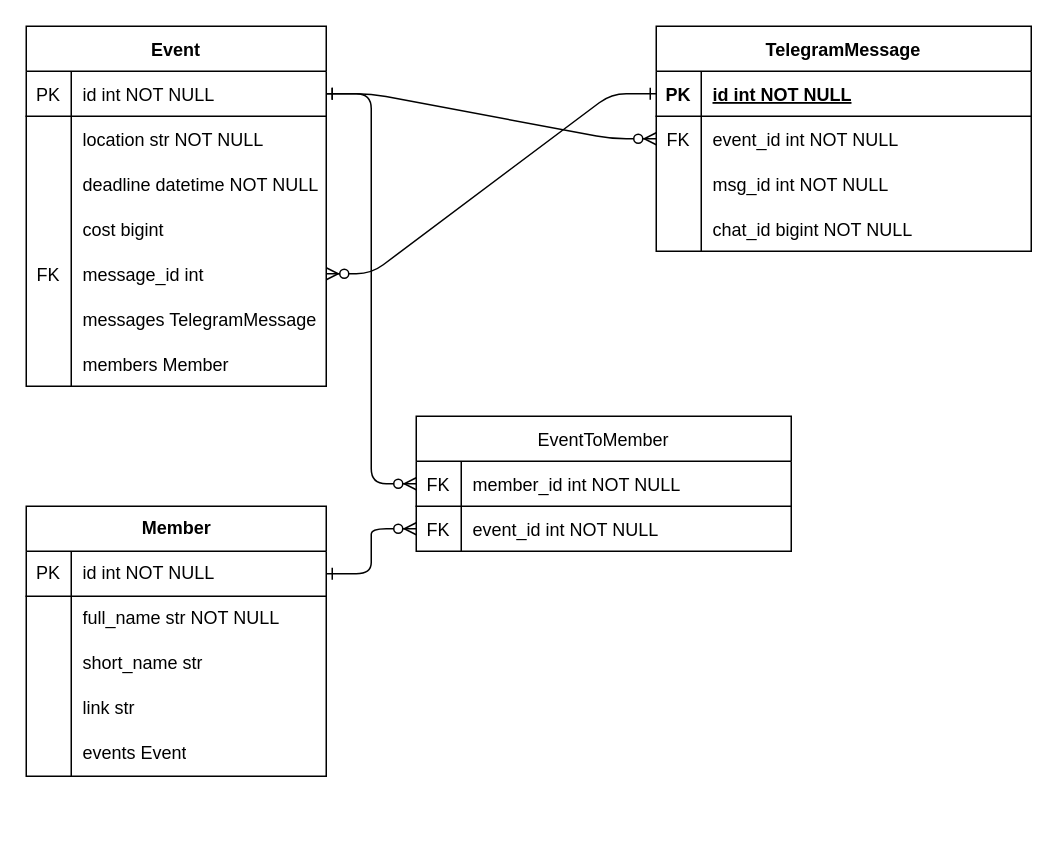
cyberfantom2000/training_schedule_bot keeps this draw.io diagram as bd.drawio. Above is the earlier version. Source tidied: cells renumbered, new cells numbered last; positions are measured from the earlier drawing's top-left corner, leaving out a move shared by most shapes. Both pictures are drawn from the tidied source at 150%, with x=0, y=0 at pixel (26, 26).
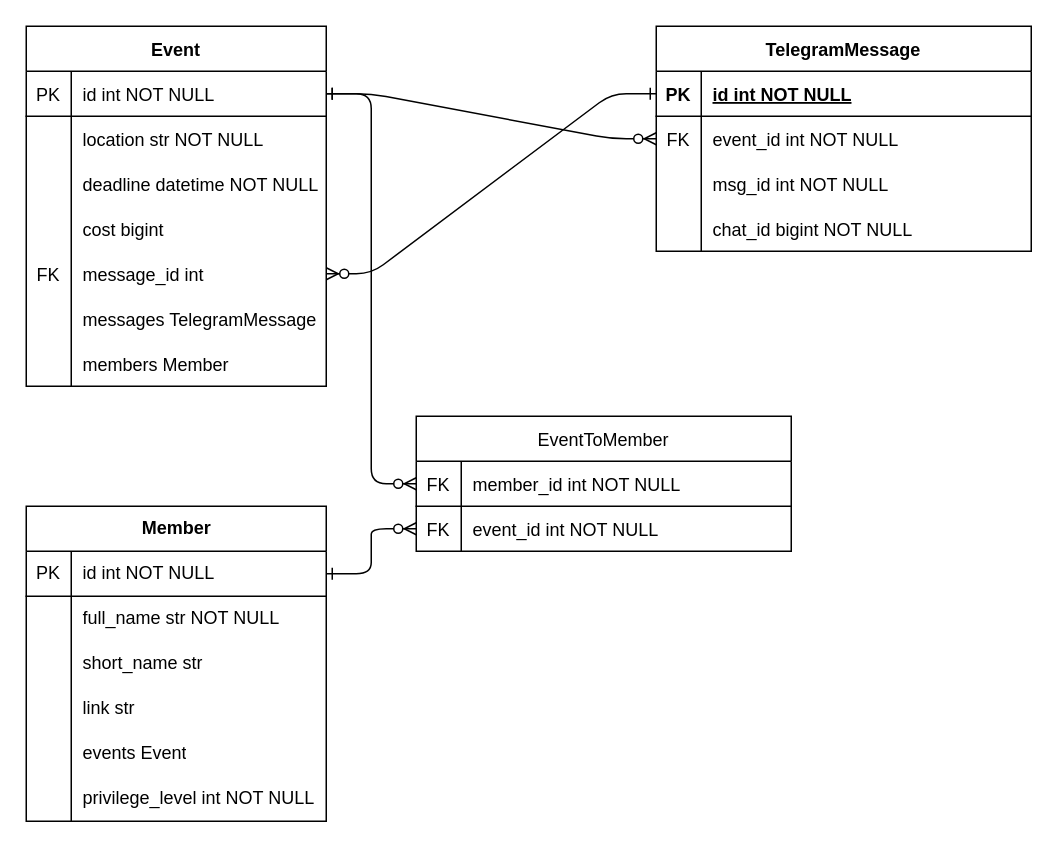
The same page after the edit.

Diff of the diagram source:
```diff
@@
     <mxCell id="45" value="Member" style="shape=table;startSize=30;childLayout=tableLayout;rowLines=0;fontStyle=1;align=center;html=1;" parent="1" vertex="1">
-      <mxGeometry y="320" width="200" height="180" as="geometry" />
+      <mxGeometry y="320" width="200" height="210" as="geometry" />
     </mxCell>
@@
+    <mxCell id="64" style="shape=tableRow;horizontal=0;startSize=0;swimlaneHead=0;swimlaneBody=0;fillColor=none;top=0;left=0;right=0;bottom=0;" parent="45" vertex="1">
+      <mxGeometry y="180" width="200" height="30" as="geometry" />
+    </mxCell>
+    <mxCell id="65" style="shape=partialRectangle;fillColor=none;top=0;left=0;bottom=0;right=0;overflow=hidden;whiteSpace=wrap;html=1;" parent="64" vertex="1">
+      <mxGeometry width="30" height="30" as="geometry" />
+    </mxCell>
+    <mxCell id="66" value="privilege_level int NOT NULL" style="shape=partialRectangle;fillColor=none;top=0;left=0;bottom=0;right=0;align=left;spacingLeft=6;overflow=hidden;whiteSpace=wrap;html=1;" parent="64" vertex="1">
+      <mxGeometry x="30" width="170" height="30" as="geometry" />
+    </mxCell>
```
